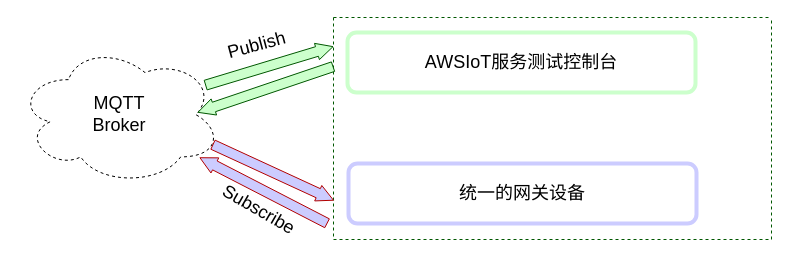
Before: p4.drawio in zlhzht/gateway, a draw.io diagram. Source tidied: cells renumbered, new cells numbered last; positions are measured from the earlier drawing's top-left corner, leaving out a move shared by most shapes. Both pictures are drawn from the tidied source at 100%, with x=0, y=0 at pixel (17, 17).
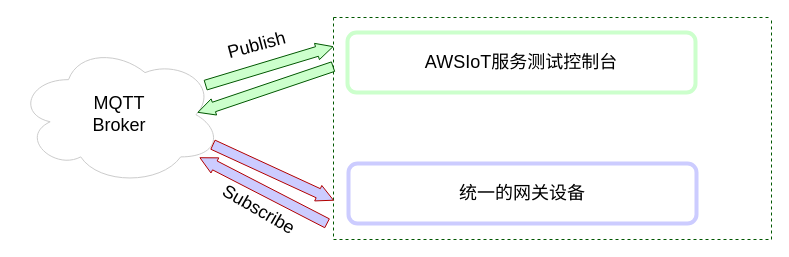
The same diagram, later.

What changed in the source:
```diff
@@
 <mxGraphModel>
   <root>
     <mxCell id="0" />
     <mxCell id="1" parent="0" />
     <mxCell id="2" style="swimlane;startSize=0;dashed=1;fillColor=#008a00;strokeColor=#005700;fontColor=#ffffff;" parent="1" vertex="1">
       <mxGeometry x="316" width="438" height="222" as="geometry" />
     </mxCell>
     <mxCell id="3" value="&lt;font style=&quot;font-size: 18px&quot;&gt;AWSIoT服务测试控制台&lt;/font&gt;" style="rounded=1;whiteSpace=wrap;html=1;strokeWidth=4;strokeColor=#CCFFCC;" parent="2" vertex="1">
       <mxGeometry x="14" y="15" width="348" height="60" as="geometry" />
     </mxCell>
-    <mxCell id="4" value="&lt;font style=&quot;font-size: 18px&quot;&gt;MQTT&lt;br&gt;Broker&lt;/font&gt;" style="ellipse;shape=cloud;whiteSpace=wrap;html=1;dashed=1;" parent="1" vertex="1">
+    <mxCell id="4" value="&lt;font style=&quot;font-size: 18px&quot;&gt;MQTT&lt;br&gt;Broker&lt;/font&gt;" style="ellipse;shape=cloud;whiteSpace=wrap;html=1;strokeColor=#CCCCCC;" parent="1" vertex="1">
       <mxGeometry y="27" width="204" height="140.5" as="geometry" />
     </mxCell>
     <mxCell id="5" style="shape=flexArrow;endArrow=classic;html=1;endWidth=6;endSize=5.26;entryX=0.001;entryY=0.824;entryDx=0;entryDy=0;entryPerimeter=0;strokeColor=#B20000;fillColor=#CCCCFF;" parent="1" edge="1" target="2">
       <mxGeometry relative="1" as="geometry">
         <mxPoint x="195" y="127" as="sourcePoint" />
       </mxGeometry>
     </mxCell>
     <mxCell id="6" style="shape=flexArrow;endArrow=classic;html=1;endWidth=6;endSize=5.26;strokeColor=#005700;fillColor=#CCFFCC;" parent="1" edge="1">
       <mxGeometry relative="1" as="geometry">
         <mxPoint x="316" y="49" as="sourcePoint" />
         <mxPoint x="180" y="95" as="targetPoint" />
       </mxGeometry>
     </mxCell>
     <mxCell id="7" style="shape=flexArrow;endArrow=classic;html=1;endWidth=6;endSize=5.26;strokeColor=#B20000;fillColor=#CCCCFF;" parent="1" edge="1">
       <mxGeometry relative="1" as="geometry">
         <mxPoint x="310" y="206" as="sourcePoint" />
         <mxPoint x="182" y="140" as="targetPoint" />
       </mxGeometry>
     </mxCell>
     <mxCell id="8" value="&lt;font style=&quot;font-size: 18px&quot;&gt;Subscribe&lt;/font&gt;" style="edgeLabel;html=1;align=center;verticalAlign=middle;rotation=30;" parent="7" vertex="1">
       <mxGeometry x="0.22" y="9" relative="1" as="geometry">
         <mxPoint x="13" y="18" as="offset" />
       </mxGeometry>
     </mxCell>
     <mxCell id="9" style="shape=flexArrow;endArrow=classic;html=1;endWidth=6;endSize=5.26;exitX=0.92;exitY=0.29;exitDx=0;exitDy=0;exitPerimeter=0;strokeColor=#005700;fillColor=#CCFFCC;" parent="1" edge="1" source="4">
       <mxGeometry relative="1" as="geometry">
         <mxPoint x="316" y="29" as="targetPoint" />
       </mxGeometry>
     </mxCell>
     <mxCell id="10" value="&lt;font style=&quot;font-size: 18px&quot;&gt;Publish&lt;/font&gt;" style="edgeLabel;html=1;align=center;verticalAlign=middle;rotation=-15;" parent="9" vertex="1">
       <mxGeometry x="-0.21" relative="1" as="geometry">
         <mxPoint y="-25" as="offset" />
       </mxGeometry>
     </mxCell>
     <mxCell id="11" value="&lt;span style=&quot;font-size: 18px&quot;&gt;统一的网关设备&lt;/span&gt;" style="rounded=1;whiteSpace=wrap;html=1;strokeWidth=4;strokeColor=#CCCCFF;" parent="1" vertex="1">
       <mxGeometry x="331" y="146" width="348" height="60" as="geometry" />
     </mxCell>
   </root>
 </mxGraphModel>
```
